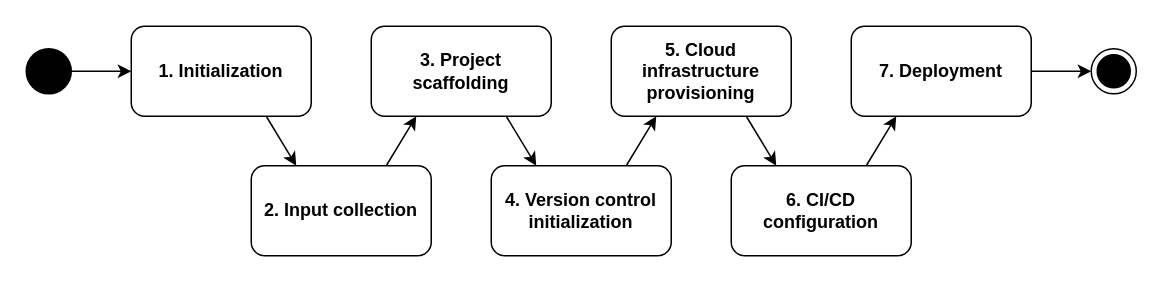
Earlier version of the draw.io diagram the_flow.drawio (oscarmarcussen/master_diagram). Source tidied: cells renumbered, new cells numbered last; positions are measured from the earlier drawing's top-left corner, leaving out a move shared by most shapes. Both pictures are drawn from the tidied source at 150%, with x=0, y=0 at pixel (26, 26).
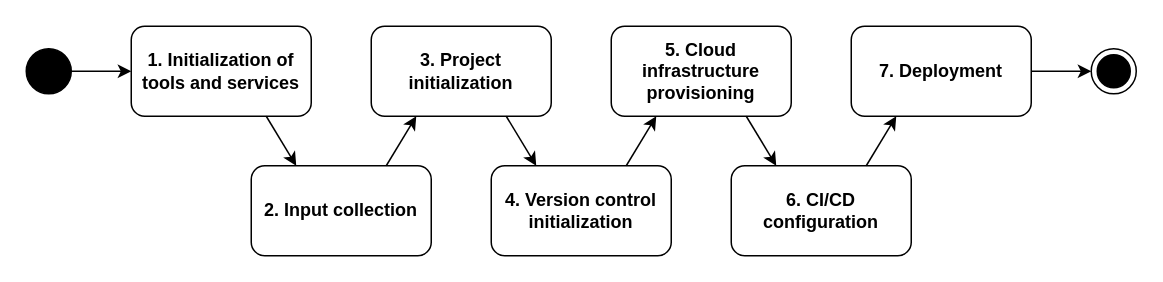
After the change.

Diff of the diagram source:
```diff
@@
-    <mxCell id="3" value="&lt;b&gt;1. Initialization&lt;/b&gt;" style="rounded=1;whiteSpace=wrap;html=1;" parent="1" vertex="1">
+    <mxCell id="3" value="&lt;b&gt;1. Initialization of tools and services&lt;/b&gt;" style="rounded=1;whiteSpace=wrap;html=1;" parent="1" vertex="1">
       <mxGeometry x="70" width="120" height="60" as="geometry" />
     </mxCell>
-    <mxCell id="4" value="&lt;b&gt;3. Project scaffolding&lt;/b&gt;" style="rounded=1;whiteSpace=wrap;html=1;" parent="1" vertex="1">
+    <mxCell id="4" value="&lt;b&gt;3. Project initialization&lt;/b&gt;" style="rounded=1;whiteSpace=wrap;html=1;" parent="1" vertex="1">
       <mxGeometry x="230" width="120" height="60" as="geometry" />
     </mxCell>
```
